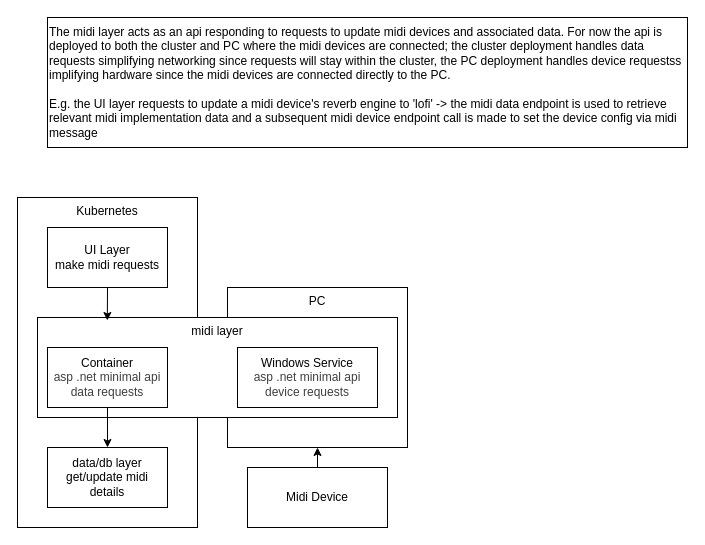
Before: diagrams/midi.drawio in mchellmer/nineteenseventytwo-eightbitsaxlounge, a draw.io diagram. Source tidied: cells renumbered, new cells numbered last; positions are measured from the earlier drawing's top-left corner, leaving out a move shared by most shapes. Both pictures are drawn from the tidied source at 100%, with x=0, y=0 at pixel (17, 17).
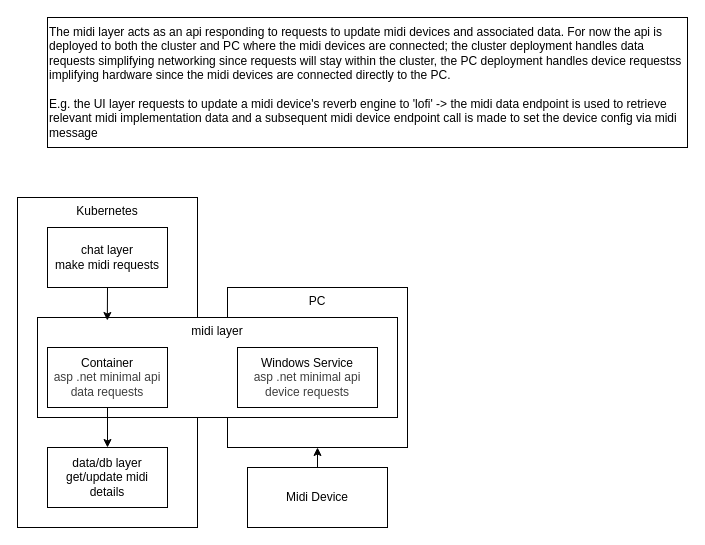
The same diagram, later.

Diff of the diagram source:
```diff
@@
 <mxGraphModel>
   <root>
     <mxCell id="0" />
     <mxCell id="1" parent="0" />
     <mxCell id="2" value="PC" style="rounded=0;whiteSpace=wrap;html=1;verticalAlign=top;" parent="1" vertex="1">
       <mxGeometry x="210" y="270" width="180" height="160" as="geometry" />
     </mxCell>
     <mxCell id="3" value="Kubernetes" style="rounded=0;whiteSpace=wrap;html=1;verticalAlign=top;" parent="1" vertex="1">
       <mxGeometry y="180" width="180" height="330" as="geometry" />
     </mxCell>
     <mxCell id="4" style="edgeStyle=none;html=1;exitX=1;exitY=0.5;exitDx=0;exitDy=0;" parent="1" edge="1" source="7" target="9">
       <mxGeometry relative="1" as="geometry" />
     </mxCell>
     <mxCell id="5" value="midi layer" style="rounded=0;whiteSpace=wrap;html=1;verticalAlign=top;" parent="1" vertex="1">
       <mxGeometry x="20" y="300" width="360" height="100" as="geometry" />
     </mxCell>
     <mxCell id="6" style="edgeStyle=none;html=1;" parent="1" edge="1" source="7" target="8">
       <mxGeometry relative="1" as="geometry" />
     </mxCell>
     <mxCell id="7" value="Container&lt;div&gt;&lt;span style=&quot;color: rgb(63, 63, 63); background-color: transparent;&quot;&gt;asp .net minimal api&lt;/span&gt;&lt;/div&gt;&lt;div&gt;&lt;span style=&quot;color: rgb(63, 63, 63); background-color: transparent;&quot;&gt;data requests&lt;/span&gt;&lt;/div&gt;" style="rounded=0;whiteSpace=wrap;html=1;" parent="1" vertex="1">
       <mxGeometry x="30" y="330" width="120" height="60" as="geometry" />
     </mxCell>
     <mxCell id="8" value="data/db layer&lt;div&gt;get/update midi details&lt;/div&gt;" style="rounded=0;whiteSpace=wrap;html=1;" parent="1" vertex="1">
       <mxGeometry x="30" y="430" width="120" height="60" as="geometry" />
     </mxCell>
     <mxCell id="9" value="&lt;div&gt;&lt;span style=&quot;background-color: transparent;&quot;&gt;&lt;font color=&quot;#000000&quot;&gt;Windows Service&lt;/font&gt;&lt;/span&gt;&lt;/div&gt;&lt;div&gt;&lt;span style=&quot;color: rgb(63, 63, 63); background-color: transparent;&quot;&gt;asp .net minimal api&lt;/span&gt;&lt;/div&gt;&lt;div&gt;&lt;span style=&quot;color: rgb(63, 63, 63); background-color: transparent;&quot;&gt;device requests&lt;/span&gt;&lt;/div&gt;" style="rounded=0;whiteSpace=wrap;html=1;" parent="1" vertex="1">
       <mxGeometry x="220" y="330" width="140" height="60" as="geometry" />
     </mxCell>
     <mxCell id="10" value="The midi layer acts as an api responding to requests to update midi devices and associated data. For now the api is deployed to both the cluster and PC where the midi devices are connected; the cluster deployment handles data requests simplifying networking since requests will stay within the cluster, the PC deployment handles device requestss implifying hardware since the midi devices are connected directly to the PC.&lt;div&gt;&lt;br&gt;&lt;/div&gt;&lt;div&gt;E.g. the UI layer requests to update a midi device's reverb engine to 'lofi' -&amp;gt; the midi data endpoint is used to retrieve relevant midi implementation data and a subsequent midi device endpoint call is made to set the device config via midi message&lt;/div&gt;" style="rounded=0;whiteSpace=wrap;html=1;align=left;" parent="1" vertex="1">
       <mxGeometry x="30" width="640" height="130" as="geometry" />
     </mxCell>
     <mxCell id="11" style="edgeStyle=none;html=1;exitX=0.5;exitY=0;exitDx=0;exitDy=0;entryX=0.5;entryY=1;entryDx=0;entryDy=0;" parent="1" edge="1" source="12" target="2">
       <mxGeometry relative="1" as="geometry" />
     </mxCell>
     <mxCell id="12" value="&lt;div&gt;&lt;font color=&quot;#000000&quot;&gt;Midi Device&lt;/font&gt;&lt;/div&gt;" style="rounded=0;whiteSpace=wrap;html=1;" parent="1" vertex="1">
       <mxGeometry x="230" y="450" width="140" height="60" as="geometry" />
     </mxCell>
-    <mxCell id="13" value="UI Layer&lt;div&gt;make midi requests&lt;/div&gt;" style="rounded=0;whiteSpace=wrap;html=1;" parent="1" vertex="1">
+    <mxCell id="13" value="chat layer&lt;div&gt;make midi requests&lt;/div&gt;" style="rounded=0;whiteSpace=wrap;html=1;" parent="1" vertex="1">
       <mxGeometry x="30" y="210" width="120" height="60" as="geometry" />
     </mxCell>
     <mxCell id="14" style="edgeStyle=none;html=1;exitX=0.5;exitY=1;exitDx=0;exitDy=0;entryX=0.194;entryY=0.03;entryDx=0;entryDy=0;entryPerimeter=0;" parent="1" edge="1" source="13" target="5">
       <mxGeometry relative="1" as="geometry" />
     </mxCell>
   </root>
 </mxGraphModel>
```
